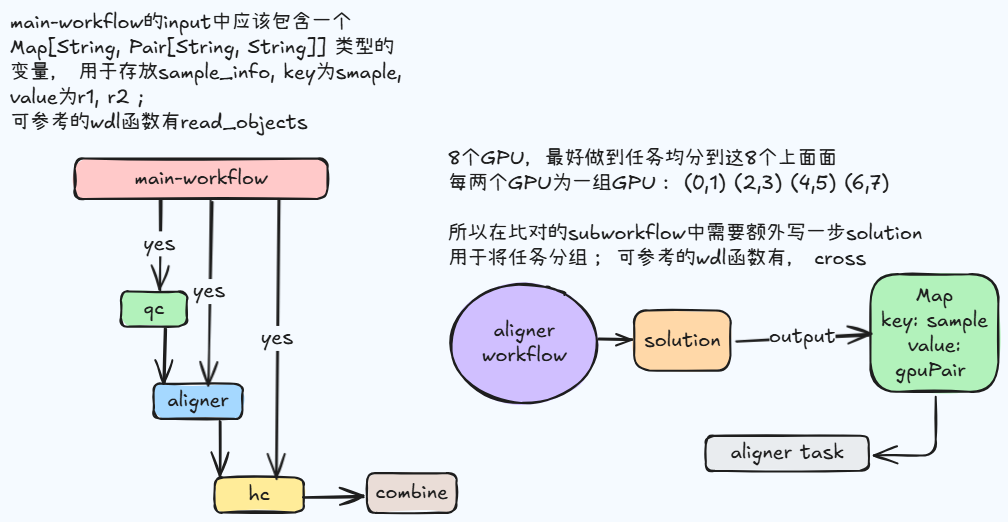
kevin-furant/scaq keeps this Excalidraw diagram as wdl/draft.excalidraw.png. Above is the earlier version. Source tidied: one line per element, renumbered; positions are measured from the earlier drawing's top-left corner, leaving out a move shared by most shapes.
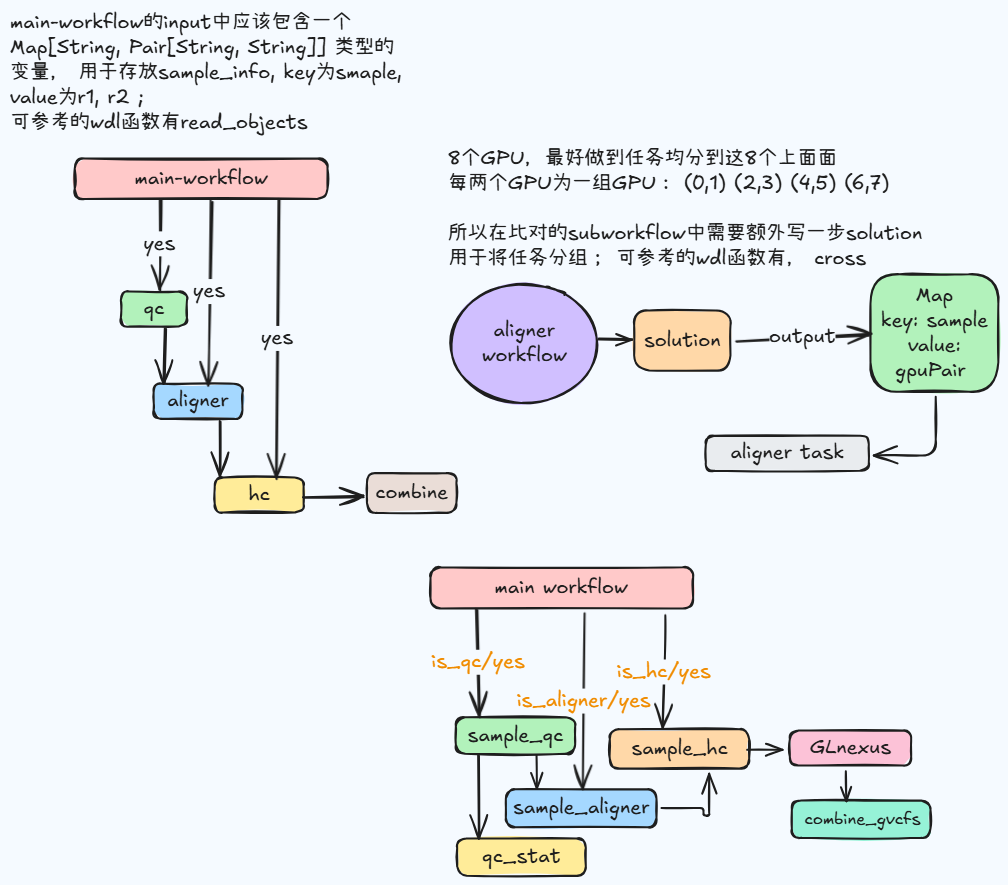
Later version of the same file.

What changed in the source:
```diff
@@ -31,3 +31,28 @@
 {"id": 30, "type": "text", "text": "aligner task", "strokeColor": "#1e1e1e", "strokeWidth": 2, "roughness": 1, "fontSize": 20, "fontFamily": 5, "textAlign": "center", "verticalAlign": "middle", "inside": 29, "x": 721, "y": 431, "width": 114, "height": 25}
 {"id": 31, "type": "arrow", "strokeColor": "#1e1e1e", "strokeWidth": 2, "roughness": 1, "endArrowhead": "arrow", "from": 20, "to": 29, "x": 926, "y": 387, "width": 62, "height": 59, "points": [[0, 0], [0, 59], [-62, 59]]}
 {"id": 32, "type": "text", "text": "main-workflow的input中应该包含一个\nMap[String, Pair[String, String]] 类型的\n变量， 用于存放sample_info, key为smaple,\nvalue为r1, r2 ; \n可参考的wdl函数有read_objects", "strokeColor": "#1e1e1e", "strokeWidth": 2, "roughness": 1, "fontSize": 20, "fontFamily": 5, "x": 0, "y": 0, "width": 395, "height": 125}
+{"id": 33, "type": "rectangle", "strokeColor": "#1e1e1e", "backgroundColor": "#ffc9c9", "fillStyle": "solid", "strokeWidth": 2, "roughness": 1, "round": true, "x": 421, "y": 557, "width": 263, "height": 41}
+{"id": 34, "type": "text", "text": "main workflow", "strokeColor": "#1e1e1e", "strokeWidth": 2, "roughness": 1, "fontSize": 20, "fontFamily": 5, "textAlign": "center", "x": 484, "y": 565, "width": 133, "height": 25}
+{"id": 35, "type": "rectangle", "strokeColor": "#1e1e1e", "backgroundColor": "#b2f2bb", "fillStyle": "solid", "strokeWidth": 2, "roughness": 1, "round": true, "x": 446, "y": 707, "width": 119, "height": 37}
+{"id": 36, "type": "text", "text": "sample_qc", "strokeColor": "#1e1e1e", "strokeWidth": 2, "roughness": 1, "fontSize": 20, "fontFamily": 5, "textAlign": "center", "verticalAlign": "middle", "inside": 35, "x": 458, "y": 713, "width": 96, "height": 25}
+{"id": 37, "type": "rectangle", "strokeColor": "#1e1e1e", "backgroundColor": "#ffec99", "fillStyle": "solid", "strokeWidth": 2, "roughness": 1, "round": true, "x": 447, "y": 829, "width": 129, "height": 37}
+{"id": 38, "type": "text", "text": "qc_stat", "strokeColor": "#1e1e1e", "strokeWidth": 2, "roughness": 1, "fontSize": 20, "fontFamily": 5, "textAlign": "center", "verticalAlign": "middle", "inside": 37, "x": 472, "y": 835, "width": 79, "height": 25}
+{"id": 39, "type": "arrow", "strokeColor": "#1e1e1e", "strokeWidth": 2, "roughness": 1, "endArrowhead": "arrow", "round": true, "from": 33, "to": 35, "x": 467, "y": 599, "width": 2, "height": 107, "points": [[0, 0], [2, 107]]}
+{"id": 40, "type": "text", "text": "is_qc/yes", "strokeColor": "#f08c00", "strokeWidth": 2, "roughness": 1, "fontSize": 20, "fontFamily": 5, "textAlign": "center", "verticalAlign": "middle", "inside": 39, "x": 421, "y": 640, "width": 93, "height": 25}
+{"id": 41, "type": "arrow", "strokeColor": "#1e1e1e", "strokeWidth": 2, "roughness": 1, "endArrowhead": "arrow", "round": true, "from": 35, "to": 37, "x": 468, "y": 745, "width": 1, "height": 83, "points": [[0, 0], [1, 83]]}
+{"id": 42, "type": "rectangle", "strokeColor": "#1e1e1e", "backgroundColor": "#a5d8ff", "fillStyle": "solid", "strokeWidth": 2, "roughness": 1, "round": true, "x": 496, "y": 779, "width": 151, "height": 38}
+{"id": 43, "type": "text", "text": "sample_aligner", "strokeColor": "#1e1e1e", "strokeWidth": 2, "roughness": 1, "fontSize": 20, "fontFamily": 5, "textAlign": "center", "verticalAlign": "middle", "inside": 42, "x": 503, "y": 786, "width": 137, "height": 25}
+{"id": 44, "type": "arrow", "strokeColor": "#1e1e1e", "strokeWidth": 2, "roughness": 1, "endArrowhead": "arrow", "from": 34, "to": 42, "x": 575, "y": 603, "width": 2, "height": 176, "points": [[0, 0], [-2, 176]]}
+{"id": 45, "type": "text", "text": "is_aligner/yes", "strokeColor": "#f08c00", "strokeWidth": 2, "roughness": 1, "fontSize": 20, "fontFamily": 5, "textAlign": "center", "verticalAlign": "middle", "inside": 44, "x": 507, "y": 679, "width": 134, "height": 25}
+{"id": 46, "type": "arrow", "strokeColor": "#1e1e1e", "strokeWidth": 2, "roughness": 1, "endArrowhead": "arrow", "from": 35, "to": 42, "x": 527, "y": 745, "width": 0, "height": 33, "points": [[0, 0], [0, 33]]}
+{"id": 47, "type": "rectangle", "strokeColor": "#1e1e1e", "backgroundColor": "#ffd8a8", "fillStyle": "solid", "strokeWidth": 2, "roughness": 1, "round": true, "x": 600, "y": 719, "width": 139, "height": 39}
+{"id": 48, "type": "text", "text": "sample_hc", "strokeColor": "#1e1e1e", "strokeWidth": 2, "roughness": 1, "fontSize": 20, "fontFamily": 5, "textAlign": "center", "verticalAlign": "middle", "inside": 47, "x": 621, "y": 726, "width": 96, "height": 25}
+{"id": 49, "type": "arrow", "strokeColor": "#1e1e1e", "strokeWidth": 2, "roughness": 1, "endArrowhead": "arrow", "from": 33, "to": 47, "x": 655, "y": 605, "width": 3, "height": 113, "points": [[0, 0], [-3, 113]]}
+{"id": 50, "type": "text", "text": "is_hc/yes", "strokeColor": "#f08c00", "strokeWidth": 2, "roughness": 1, "fontSize": 20, "fontFamily": 5, "textAlign": "center", "verticalAlign": "middle", "inside": 49, "x": 607, "y": 649, "width": 94, "height": 25}
+{"id": 51, "type": "arrow", "strokeColor": "#1e1e1e", "strokeWidth": 2, "roughness": 1, "endArrowhead": "arrow", "from": 42, "to": 47, "x": 652, "y": 798, "width": 48, "height": 42, "points": [[0, 0], [42, 0], [42, 8], [48, 8], [48, -34]]}
+{"id": 52, "type": "rectangle", "strokeColor": "#1e1e1e", "backgroundColor": "#fcc2d7", "fillStyle": "solid", "strokeWidth": 2, "roughness": 1, "round": true, "x": 780, "y": 721, "width": 121, "height": 35}
+{"id": 53, "type": "text", "text": "GLnexus", "strokeColor": "#1e1e1e", "strokeWidth": 2, "roughness": 1, "fontSize": 20, "fontFamily": 5, "textAlign": "center", "verticalAlign": "middle", "inside": 52, "x": 800, "y": 726, "width": 81, "height": 25}
+{"id": 54, "type": "rectangle", "strokeColor": "#1e1e1e", "backgroundColor": "#96f2d7", "fillStyle": "solid", "strokeWidth": 2, "roughness": 1, "round": true, "x": 782, "y": 790, "width": 139, "height": 37}
+{"id": 55, "type": "text", "text": "combine_gvcfs", "strokeColor": "#1e1e1e", "strokeWidth": 2, "roughness": 1, "fontSize": 16.8, "fontFamily": 5, "textAlign": "center", "x": 794, "y": 799, "width": 116, "height": 21}
+{"id": 56, "type": "arrow", "strokeColor": "#1e1e1e", "strokeWidth": 2, "roughness": 1, "endArrowhead": "arrow", "from": 47, "to": 52, "x": 737, "y": 740, "width": 35, "height": 0, "points": [[0, 0], [35, 0]]}
+{"id": 57, "type": "arrow", "strokeColor": "#1e1e1e", "strokeWidth": 2, "roughness": 1, "endArrowhead": "arrow", "from": 52, "to": 55, "x": 836, "y": 761, "width": 1, "height": 30, "points": [[0, 0], [1, 30]]}
```
